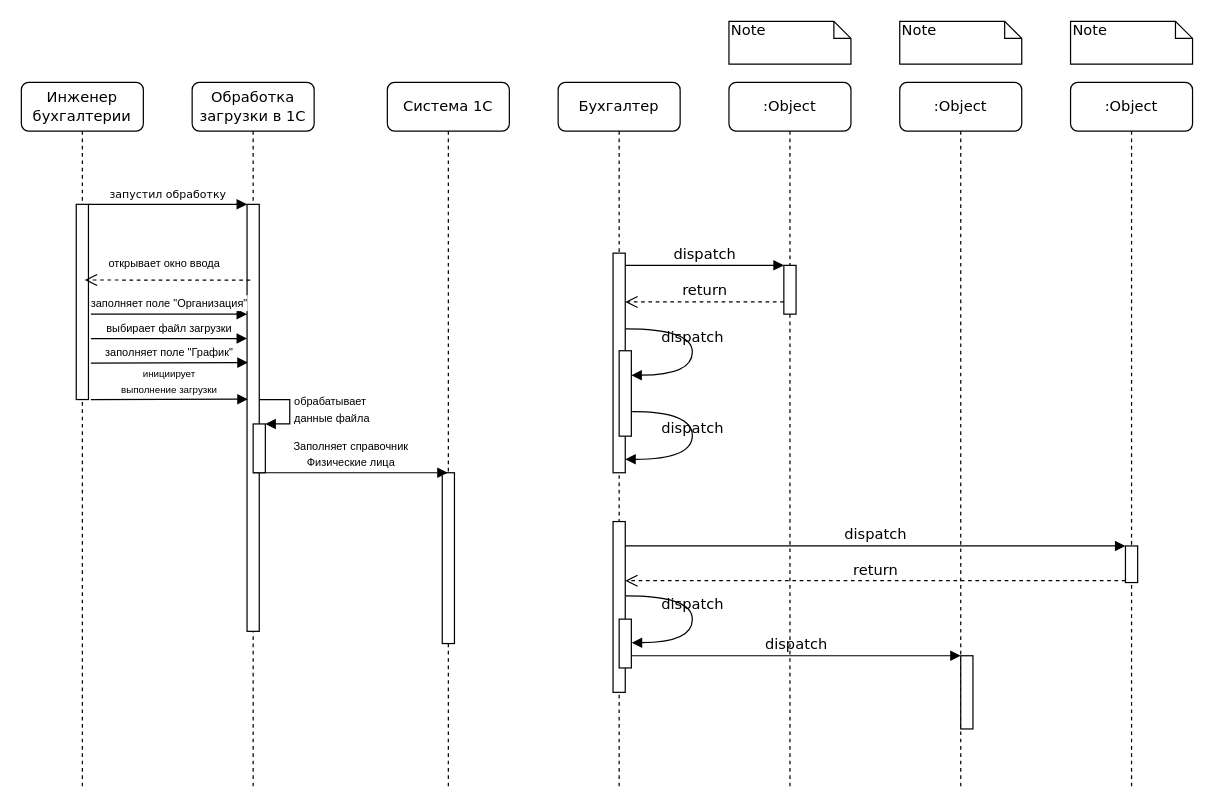
Before: ImportStdCrossFunction.drawio in timoorm/first, a draw.io diagram. Source tidied: cells renumbered, new cells numbered last; positions are measured from the earlier drawing's top-left corner, leaving out a move shared by most shapes. Both pictures are drawn from the tidied source at 122%, with x=0, y=0 at pixel (21, 21).
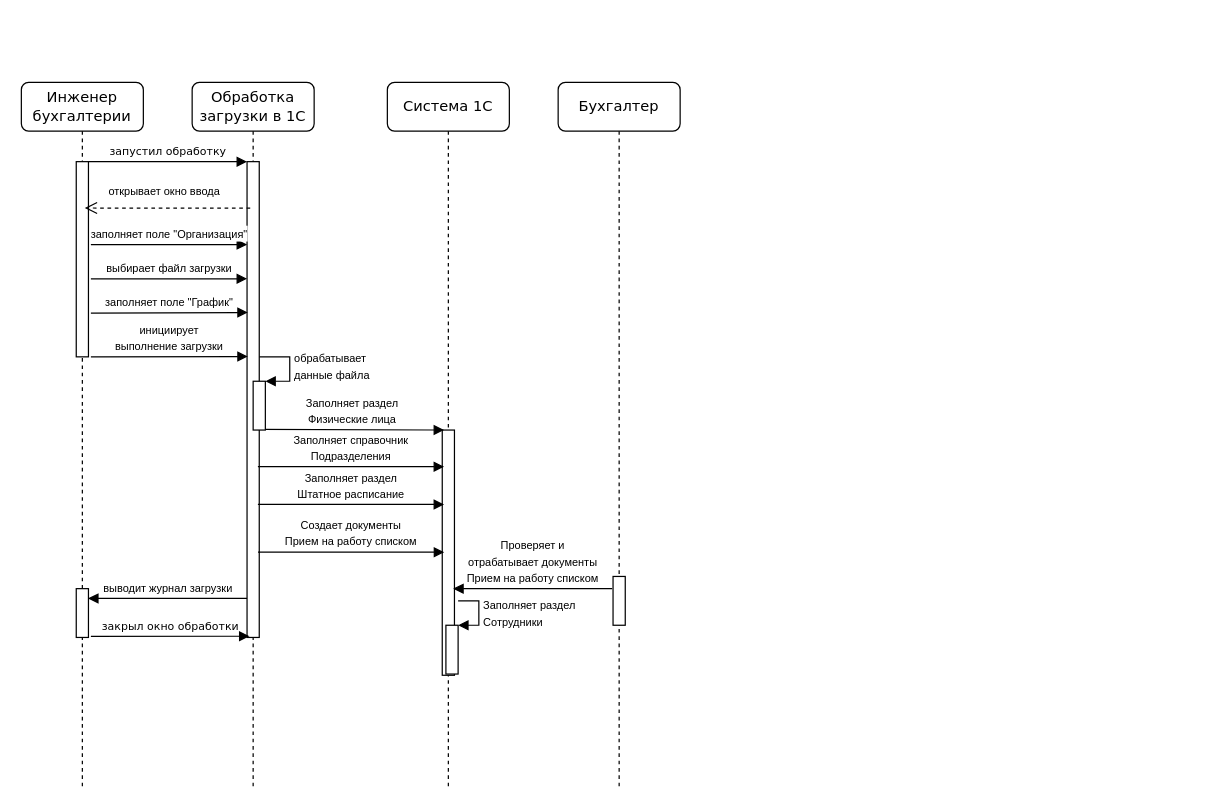
The same page after the edit.

The change refers to these unchanged cells:
```xml
<mxCell id="2" value="Обработка загрузки в 1С" style="shape=umlLifeline;perimeter=lifelinePerimeter;whiteSpace=wrap;html=1;rounded=1;shadow=0;comic=0;labelBackgroundColor=none;strokeWidth=1;fontFamily=Verdana;fontSize=12;align=center;" parent="1" vertex="1">
  <mxGeometry x="140" y="50" width="100" height="580" as="geometry" />
</mxCell>
<mxCell id="4" value="Система 1С" style="shape=umlLifeline;perimeter=lifelinePerimeter;whiteSpace=wrap;html=1;outlineConnect=0;rounded=1;shadow=0;comic=0;labelBackgroundColor=none;strokeWidth=1;fontFamily=Verdana;fontSize=12;align=center;" parent="1" vertex="1">
  <mxGeometry x="300" y="50" width="100" height="580" as="geometry" />
</mxCell>
<mxCell id="6" value="Бухгалтер" style="shape=umlLifeline;perimeter=lifelinePerimeter;whiteSpace=wrap;html=1;rounded=1;shadow=0;comic=0;labelBackgroundColor=none;strokeWidth=1;fontFamily=Verdana;fontSize=12;align=center;" parent="1" vertex="1">
  <mxGeometry x="440" y="50" width="100" height="580" as="geometry" />
</mxCell>
<mxCell id="10" value="Инженер бухгалтерии" style="shape=umlLifeline;perimeter=lifelinePerimeter;whiteSpace=wrap;html=1;rounded=1;shadow=0;comic=0;labelBackgroundColor=none;strokeWidth=1;fontFamily=Verdana;fontSize=12;align=center;" parent="1" vertex="1">
  <mxGeometry y="50" width="100" height="580" as="geometry" />
</mxCell>
```

What changed in the source:
```diff
@@
     <mxCell id="3" style="html=1;points=[];perimeter=orthogonalPerimeter;" parent="2" vertex="1">
-      <mxGeometry x="45" y="100" width="10" height="350" as="geometry" />
+      <mxGeometry x="45" y="65" width="10" height="390" as="geometry" />
     </mxCell>
@@
     <mxCell id="5" style="html=1;perimeter=orthogonalPerimeter;rounded=0;shadow=0;comic=0;labelBackgroundColor=none;strokeWidth=1;fontFamily=Verdana;fontSize=12;align=center;" parent="4" vertex="1">
-      <mxGeometry x="45" y="320" width="10" height="140" as="geometry" />
+      <mxGeometry x="45" y="285" width="10" height="201" as="geometry" />
     </mxCell>
+    <mxCell id="39" style="html=1;perimeter=orthogonalPerimeter;" parent="4" vertex="1">
+      <mxGeometry x="48" y="445" width="10" height="40" as="geometry" />
+    </mxCell>
+    <mxCell id="40" value="&lt;div&gt;&lt;font style=&quot;font-size: 9px&quot;&gt;Заполняет раздел &lt;br&gt;&lt;/font&gt;&lt;/div&gt;&lt;div&gt;&lt;font style=&quot;font-size: 9px&quot;&gt;Сотрудники&lt;br&gt;&lt;/font&gt;&lt;/div&gt;" style="edgeStyle=orthogonalEdgeStyle;html=1;align=left;spacingLeft=2;endArrow=block;rounded=0;entryX=1;entryY=0;" parent="4" edge="1">
+      <mxGeometry relative="1" as="geometry">
+        <mxPoint x="58" y="425" as="sourcePoint" />
+        <mxPoint x="58" y="445" as="targetPoint" />
+        <Array as="points">
+          <mxPoint x="75" y="425" />
+        </Array>
+      </mxGeometry>
+    </mxCell>
@@
-    <mxCell id="7" value=":Object" style="shape=umlLifeline;perimeter=lifelinePerimeter;whiteSpace=wrap;html=1;rounded=1;shadow=0;comic=0;labelBackgroundColor=none;strokeWidth=1;fontFamily=Verdana;fontSize=12;align=center;" parent="1" vertex="1">
-      <mxGeometry x="580" y="50" width="100" height="580" as="geometry" />
-    </mxCell>
-    <mxCell id="8" value=":Object" style="shape=umlLifeline;perimeter=lifelinePerimeter;whiteSpace=wrap;html=1;rounded=1;shadow=0;comic=0;labelBackgroundColor=none;strokeWidth=1;fontFamily=Verdana;fontSize=12;align=center;" parent="1" vertex="1">
-      <mxGeometry x="720" y="50" width="100" height="580" as="geometry" />
-    </mxCell>
-    <mxCell id="9" value=":Object" style="shape=umlLifeline;perimeter=lifelinePerimeter;whiteSpace=wrap;html=1;rounded=1;shadow=0;comic=0;labelBackgroundColor=none;strokeWidth=1;fontFamily=Verdana;fontSize=12;align=center;" parent="1" vertex="1">
-      <mxGeometry x="860" y="50" width="100" height="580" as="geometry" />
-    </mxCell>
+    <mxCell id="13" style="html=1;points=[];perimeter=orthogonalPerimeter;rounded=0;shadow=0;comic=0;labelBackgroundColor=none;strokeWidth=1;fontFamily=Verdana;fontSize=12;align=center;" parent="6" vertex="1">
+      <mxGeometry x="45" y="405" width="10" height="40" as="geometry" />
+    </mxCell>
@@
     <mxCell id="11" style="html=1;points=[];perimeter=orthogonalPerimeter;rounded=0;shadow=0;comic=0;labelBackgroundColor=none;strokeWidth=1;fontFamily=Verdana;fontSize=12;align=center;" parent="10" vertex="1">
-      <mxGeometry x="45" y="100" width="10" height="160" as="geometry" />
+      <mxGeometry x="45" y="65" width="10" height="160" as="geometry" />
     </mxCell>
-    <mxCell id="12" style="html=1;points=[];perimeter=orthogonalPerimeter;rounded=0;shadow=0;comic=0;labelBackgroundColor=none;strokeWidth=1;fontFamily=Verdana;fontSize=12;align=center;" parent="1" vertex="1">
-      <mxGeometry x="485" y="190" width="10" height="180" as="geometry" />
-    </mxCell>
-    <mxCell id="13" style="html=1;points=[];perimeter=orthogonalPerimeter;rounded=0;shadow=0;comic=0;labelBackgroundColor=none;strokeWidth=1;fontFamily=Verdana;fontSize=12;align=center;" parent="1" vertex="1">
-      <mxGeometry x="625" y="200" width="10" height="40" as="geometry" />
-    </mxCell>
-    <mxCell id="14" value="dispatch" style="html=1;verticalAlign=bottom;endArrow=block;entryX=0;entryY=0;labelBackgroundColor=none;fontFamily=Verdana;fontSize=12;edgeStyle=elbowEdgeStyle;elbow=vertical;" parent="1" edge="1" source="12" target="13">
-      <mxGeometry relative="1" as="geometry" />
-    </mxCell>
-    <mxCell id="15" value="return" style="html=1;verticalAlign=bottom;endArrow=open;dashed=1;endSize=8;labelBackgroundColor=none;fontFamily=Verdana;fontSize=12;edgeStyle=elbowEdgeStyle;elbow=vertical;" parent="1" edge="1" source="13" target="12">
-      <mxGeometry relative="1" as="geometry">
-        <Array as="points">
-          <mxPoint x="570" y="230" />
-          <mxPoint x="600" y="230" />
-        </Array>
-      </mxGeometry>
-    </mxCell>
-    <mxCell id="16" style="html=1;points=[];perimeter=orthogonalPerimeter;rounded=0;shadow=0;comic=0;labelBackgroundColor=none;strokeWidth=1;fontFamily=Verdana;fontSize=12;align=center;" parent="1" vertex="1">
-      <mxGeometry x="485" y="410" width="10" height="140" as="geometry" />
-    </mxCell>
-    <mxCell id="17" style="html=1;points=[];perimeter=orthogonalPerimeter;rounded=0;shadow=0;comic=0;labelBackgroundColor=none;strokeColor=#000000;strokeWidth=1;fillColor=#FFFFFF;fontFamily=Verdana;fontSize=12;fontColor=#000000;align=center;" parent="1" vertex="1">
-      <mxGeometry x="905" y="430" width="10" height="30" as="geometry" />
-    </mxCell>
-    <mxCell id="18" value="dispatch" style="html=1;verticalAlign=bottom;endArrow=block;entryX=0;entryY=0;labelBackgroundColor=none;fontFamily=Verdana;fontSize=12;" parent="1" edge="1" source="16" target="17">
-      <mxGeometry relative="1" as="geometry" />
-    </mxCell>
-    <mxCell id="19" value="return" style="html=1;verticalAlign=bottom;endArrow=open;dashed=1;endSize=8;exitX=0;exitY=0.95;labelBackgroundColor=none;fontFamily=Verdana;fontSize=12;" parent="1" edge="1" source="17" target="16">
-      <mxGeometry relative="1" as="geometry" />
-    </mxCell>
-    <mxCell id="20" style="html=1;points=[];perimeter=orthogonalPerimeter;rounded=0;shadow=0;comic=0;labelBackgroundColor=none;strokeWidth=1;fontFamily=Verdana;fontSize=12;align=center;" parent="1" vertex="1">
-      <mxGeometry x="770" y="520" width="10" height="60" as="geometry" />
+    <mxCell id="20" style="html=1;points=[];perimeter=orthogonalPerimeter;rounded=0;shadow=0;comic=0;labelBackgroundColor=none;strokeWidth=1;fontFamily=Verdana;fontSize=12;align=center;" parent="10" vertex="1">
+      <mxGeometry x="45" y="415" width="10" height="40" as="geometry" />
     </mxCell>
-    <mxCell id="21" value="dispatch" style="html=1;verticalAlign=bottom;endArrow=block;entryX=0;entryY=0;labelBackgroundColor=none;fontFamily=Verdana;fontSize=12;edgeStyle=elbowEdgeStyle;elbow=vertical;" parent="1" edge="1" source="26" target="20">
-      <mxGeometry relative="1" as="geometry" />
-    </mxCell>
     <mxCell id="22" value="&lt;font style=&quot;font-size: 9px&quot;&gt;запустил обработку&lt;/font&gt;" style="html=1;verticalAlign=bottom;endArrow=block;entryX=0;entryY=0;labelBackgroundColor=none;fontFamily=Verdana;fontSize=12;edgeStyle=elbowEdgeStyle;elbow=vertical;" parent="1" edge="1" source="11">
       <mxGeometry relative="1" as="geometry">
-        <mxPoint x="185" y="150" as="targetPoint" />
+        <mxPoint x="185" y="115" as="targetPoint" />
       </mxGeometry>
     </mxCell>
-    <mxCell id="23" style="html=1;points=[];perimeter=orthogonalPerimeter;rounded=0;shadow=0;comic=0;labelBackgroundColor=none;strokeWidth=1;fontFamily=Verdana;fontSize=12;align=center;" parent="1" vertex="1">
-      <mxGeometry x="490" y="270" width="10" height="70" as="geometry" />
-    </mxCell>
-    <mxCell id="24" value="dispatch" style="html=1;verticalAlign=bottom;endArrow=block;labelBackgroundColor=none;fontFamily=Verdana;fontSize=12;elbow=vertical;edgeStyle=orthogonalEdgeStyle;curved=1;entryX=1;entryY=0.286;entryPerimeter=0;exitX=1.038;exitY=0.345;exitPerimeter=0;" parent="1" edge="1" source="12" target="23">
-      <mxGeometry relative="1" as="geometry">
-        <Array as="points">
-          <mxPoint x="550" y="252" />
-          <mxPoint x="550" y="290" />
-        </Array>
-      </mxGeometry>
-    </mxCell>
-    <mxCell id="25" value="dispatch" style="html=1;verticalAlign=bottom;endArrow=block;labelBackgroundColor=none;fontFamily=Verdana;fontSize=12;elbow=vertical;edgeStyle=orthogonalEdgeStyle;curved=1;exitX=1.066;exitY=0.713;exitPerimeter=0;" parent="1" edge="1" source="23">
-      <mxGeometry relative="1" as="geometry">
-        <mxPoint x="495" y="359" as="targetPoint" />
-        <Array as="points">
-          <mxPoint x="550" y="320" />
-          <mxPoint x="550" y="359" />
-        </Array>
-      </mxGeometry>
-    </mxCell>
-    <mxCell id="26" style="html=1;points=[];perimeter=orthogonalPerimeter;rounded=0;shadow=0;comic=0;labelBackgroundColor=none;strokeWidth=1;fontFamily=Verdana;fontSize=12;align=center;" parent="1" vertex="1">
-      <mxGeometry x="490" y="490" width="10" height="40" as="geometry" />
-    </mxCell>
-    <mxCell id="27" value="dispatch" style="html=1;verticalAlign=bottom;endArrow=block;labelBackgroundColor=none;fontFamily=Verdana;fontSize=12;elbow=vertical;edgeStyle=orthogonalEdgeStyle;curved=1;entryX=1;entryY=0.286;entryPerimeter=0;exitX=1.038;exitY=0.345;exitPerimeter=0;" parent="1" edge="1">
-      <mxGeometry relative="1" as="geometry">
-        <mxPoint x="495.3" y="471" as="sourcePoint" />
-        <mxPoint x="500.3" y="509.3" as="targetPoint" />
-        <Array as="points">
-          <mxPoint x="550" y="471" />
-          <mxPoint x="550" y="509" />
-        </Array>
-      </mxGeometry>
-    </mxCell>
-    <mxCell id="28" value="Note" style="shape=note;whiteSpace=wrap;html=1;size=14;verticalAlign=top;align=left;spacingTop=-6;rounded=0;shadow=0;comic=0;labelBackgroundColor=none;strokeWidth=1;fontFamily=Verdana;fontSize=12;" parent="1" vertex="1">
-      <mxGeometry x="580" width="100" height="35" as="geometry" />
-    </mxCell>
-    <mxCell id="29" value="Note" style="shape=note;whiteSpace=wrap;html=1;size=14;verticalAlign=top;align=left;spacingTop=-6;rounded=0;shadow=0;comic=0;labelBackgroundColor=none;strokeWidth=1;fontFamily=Verdana;fontSize=12;" parent="1" vertex="1">
-      <mxGeometry x="720" width="100" height="35" as="geometry" />
-    </mxCell>
-    <mxCell id="30" value="Note" style="shape=note;whiteSpace=wrap;html=1;size=14;verticalAlign=top;align=left;spacingTop=-6;rounded=0;shadow=0;comic=0;labelBackgroundColor=none;strokeWidth=1;fontFamily=Verdana;fontSize=12;" parent="1" vertex="1">
-      <mxGeometry x="860" width="100" height="35" as="geometry" />
-    </mxCell>
     <mxCell id="31" value="&lt;font style=&quot;font-size: 9px&quot;&gt;открывает окно ввода&lt;/font&gt;" style="html=1;verticalAlign=bottom;endArrow=open;dashed=1;endSize=8;exitX=0.057;exitY=0.327;exitDx=0;exitDy=0;exitPerimeter=0;" parent="1" edge="1">
       <mxGeometry x="0.04" y="-5" relative="1" as="geometry">
-        <mxPoint x="187.6" y="212.1" as="sourcePoint" />
-        <mxPoint x="52" y="212" as="targetPoint" />
+        <mxPoint x="187.6" y="153.1" as="sourcePoint" />
+        <mxPoint x="52" y="153" as="targetPoint" />
       </mxGeometry>
     </mxCell>
-    <mxCell id="32" value="&lt;font style=&quot;font-size: 9px&quot;&gt;выбирает файл загрузки&lt;/font&gt;" style="html=1;verticalAlign=bottom;endArrow=block;" parent="1" edge="1" target="3">
+    <mxCell id="32" value="&lt;font style=&quot;font-size: 9px&quot;&gt;выбирает файл загрузки&lt;/font&gt;" style="html=1;verticalAlign=bottom;endArrow=block;" parent="1" edge="1">
       <mxGeometry relative="1" as="geometry">
-        <mxPoint x="57" y="260" as="sourcePoint" />
+        <mxPoint x="57" y="211" as="sourcePoint" />
+        <mxPoint x="185" y="211" as="targetPoint" />
       </mxGeometry>
     </mxCell>
     <mxCell id="33" value="&lt;font style=&quot;font-size: 9px&quot;&gt;заполняет поле &quot;График&quot;&lt;/font&gt;" style="html=1;verticalAlign=bottom;endArrow=block;entryX=0.057;entryY=0.783;entryDx=0;entryDy=0;entryPerimeter=0;" parent="1" edge="1">
       <mxGeometry relative="1" as="geometry">
-        <mxPoint x="57" y="280.1" as="sourcePoint" />
-        <mxPoint x="185.6" y="279.7" as="targetPoint" />
+        <mxPoint x="57" y="239.1" as="sourcePoint" />
+        <mxPoint x="185.6" y="238.7" as="targetPoint" />
       </mxGeometry>
     </mxCell>
     <mxCell id="34" value="&lt;font style=&quot;font-size: 9px&quot;&gt;заполняет поле &quot;Организация&quot;&lt;br&gt;&lt;/font&gt;" style="html=1;verticalAlign=bottom;endArrow=block;" parent="1" edge="1">
       <mxGeometry relative="1" as="geometry">
-        <mxPoint x="57" y="240" as="sourcePoint" />
-        <mxPoint x="185" y="240" as="targetPoint" />
+        <mxPoint x="57" y="183" as="sourcePoint" />
+        <mxPoint x="185" y="183" as="targetPoint" />
       </mxGeometry>
     </mxCell>
-    <mxCell id="35" value="&lt;div&gt;&lt;font style=&quot;font-size: 8px&quot;&gt;инициирует &lt;br&gt;&lt;/font&gt;&lt;/div&gt;&lt;div&gt;&lt;font style=&quot;font-size: 8px&quot;&gt;выполнение загрузки&lt;/font&gt;&lt;/div&gt;" style="html=1;verticalAlign=bottom;endArrow=block;entryX=0.057;entryY=0.783;entryDx=0;entryDy=0;entryPerimeter=0;" parent="1" edge="1">
+    <mxCell id="35" value="&lt;div&gt;&lt;font style=&quot;font-size: 9px&quot;&gt;инициирует &lt;br&gt;&lt;/font&gt;&lt;/div&gt;&lt;div&gt;&lt;font style=&quot;font-size: 9px&quot;&gt;выполнение загрузки&lt;/font&gt;&lt;/div&gt;" style="html=1;verticalAlign=bottom;endArrow=block;entryX=0.057;entryY=0.783;entryDx=0;entryDy=0;entryPerimeter=0;" parent="1" edge="1">
       <mxGeometry relative="1" as="geometry">
-        <mxPoint x="57" y="310.1" as="sourcePoint" />
-        <mxPoint x="185.6" y="309.7" as="targetPoint" />
+        <mxPoint x="57" y="275.1" as="sourcePoint" />
+        <mxPoint x="185.6" y="274.7" as="targetPoint" />
       </mxGeometry>
     </mxCell>
-    <mxCell id="36" value="&lt;div&gt;&lt;font style=&quot;font-size: 9px&quot;&gt;Заполняет справочник &lt;br&gt;&lt;/font&gt;&lt;/div&gt;&lt;div&gt;&lt;font style=&quot;font-size: 9px&quot;&gt;Физические лица&lt;/font&gt;&lt;/div&gt;" style="html=1;verticalAlign=bottom;endArrow=block;" parent="1" edge="1" target="4">
+    <mxCell id="36" value="&lt;div&gt;&lt;font style=&quot;font-size: 9px&quot;&gt;Заполняет раздел &lt;br&gt;&lt;/font&gt;&lt;/div&gt;&lt;div&gt;&lt;font style=&quot;font-size: 9px&quot;&gt;Физические лица&lt;/font&gt;&lt;/div&gt;" style="html=1;verticalAlign=bottom;endArrow=block;exitX=0.481;exitY=0.988;exitDx=0;exitDy=0;exitPerimeter=0;" parent="1" edge="1" source="37">
       <mxGeometry relative="1" as="geometry">
-        <mxPoint x="190" y="370" as="sourcePoint" />
+        <mxPoint x="346.5" y="335" as="targetPoint" />
       </mxGeometry>
     </mxCell>
     <mxCell id="37" style="html=1;points=[];perimeter=orthogonalPerimeter;" parent="1" vertex="1">
-      <mxGeometry x="190" y="330" width="10" height="40" as="geometry" />
+      <mxGeometry x="190" y="295" width="10" height="40" as="geometry" />
     </mxCell>
     <mxCell id="38" value="&lt;div&gt;&lt;font style=&quot;font-size: 9px&quot;&gt;обрабатывает &lt;br&gt;&lt;/font&gt;&lt;/div&gt;&lt;div&gt;&lt;font style=&quot;font-size: 9px&quot;&gt;данные файла&lt;/font&gt;&lt;/div&gt;" style="edgeStyle=orthogonalEdgeStyle;html=1;align=left;spacingLeft=2;endArrow=block;rounded=0;entryX=1;entryY=0;" parent="1" edge="1" target="37">
       <mxGeometry relative="1" as="geometry">
-        <mxPoint x="195" y="310" as="sourcePoint" />
+        <mxPoint x="195" y="275" as="sourcePoint" />
         <Array as="points">
-          <mxPoint x="220" y="310" />
+          <mxPoint x="220" y="275" />
         </Array>
       </mxGeometry>
     </mxCell>
+    <mxCell id="41" value="&lt;div&gt;&lt;font style=&quot;font-size: 9px&quot;&gt;Заполняет справочник &lt;br&gt;&lt;/font&gt;&lt;/div&gt;&lt;div&gt;&lt;font style=&quot;font-size: 9px&quot;&gt;Подразделения&lt;/font&gt;&lt;/div&gt;" style="html=1;verticalAlign=bottom;endArrow=block;exitX=0.886;exitY=0.714;exitDx=0;exitDy=0;exitPerimeter=0;" parent="1" edge="1">
+      <mxGeometry relative="1" as="geometry">
+        <mxPoint x="193.9" y="364.9" as="sourcePoint" />
+        <mxPoint x="346.5" y="365" as="targetPoint" />
+      </mxGeometry>
+    </mxCell>
+    <mxCell id="42" value="&lt;div&gt;&lt;font style=&quot;font-size: 9px&quot;&gt;Заполняет раздел &lt;br&gt;&lt;/font&gt;&lt;/div&gt;&lt;div&gt;&lt;font style=&quot;font-size: 9px&quot;&gt;Штатное расписание&lt;br&gt;&lt;/font&gt;&lt;/div&gt;" style="html=1;verticalAlign=bottom;endArrow=block;exitX=0.886;exitY=0.8;exitDx=0;exitDy=0;exitPerimeter=0;" parent="1" edge="1">
+      <mxGeometry relative="1" as="geometry">
+        <mxPoint x="193.9" y="396" as="sourcePoint" />
+        <mxPoint x="346.5" y="396" as="targetPoint" />
+      </mxGeometry>
+    </mxCell>
+    <mxCell id="43" value="&lt;div&gt;&lt;font style=&quot;font-size: 9px&quot;&gt;Создает документы&lt;/font&gt;&lt;/div&gt;&lt;div&gt;&lt;font style=&quot;font-size: 9px&quot;&gt;Прием на работу списком&lt;/font&gt;&lt;br&gt;&lt;/div&gt;" style="html=1;verticalAlign=bottom;endArrow=block;exitX=0.886;exitY=0.971;exitDx=0;exitDy=0;exitPerimeter=0;" parent="1" edge="1">
+      <mxGeometry relative="1" as="geometry">
+        <mxPoint x="194" y="435" as="sourcePoint" />
+        <mxPoint x="346.6" y="435.1" as="targetPoint" />
+      </mxGeometry>
+    </mxCell>
+    <mxCell id="44" value="&lt;font style=&quot;font-size: 9px&quot;&gt;выводит журнал загрузки&lt;/font&gt;" style="html=1;verticalAlign=bottom;endArrow=block;" parent="1" edge="1">
+      <mxGeometry relative="1" as="geometry">
+        <mxPoint x="185" y="473" as="sourcePoint" />
+        <mxPoint x="54.7" y="473" as="targetPoint" />
+      </mxGeometry>
+    </mxCell>
+    <mxCell id="45" value="&lt;font style=&quot;font-size: 9px&quot;&gt;закрыл окно обработки&lt;/font&gt;" style="html=1;verticalAlign=bottom;endArrow=block;entryX=0;entryY=0;labelBackgroundColor=none;fontFamily=Verdana;fontSize=12;edgeStyle=elbowEdgeStyle;elbow=vertical;" parent="1" edge="1">
+      <mxGeometry relative="1" as="geometry">
+        <mxPoint x="57" y="504.2" as="sourcePoint" />
+        <mxPoint x="187" y="504" as="targetPoint" />
+      </mxGeometry>
+    </mxCell>
+    <mxCell id="46" value="&lt;div&gt;&lt;font style=&quot;font-size: 9px&quot;&gt;Проверяет и &lt;br&gt;&lt;/font&gt;&lt;/div&gt;&lt;div&gt;&lt;font style=&quot;font-size: 9px&quot;&gt;отрабатывает документы &lt;br&gt;&lt;/font&gt;&lt;/div&gt;&lt;div&gt;&lt;font style=&quot;font-size: 9px&quot;&gt;Прием на работу списком&lt;/font&gt;&lt;/div&gt;" style="html=1;verticalAlign=bottom;endArrow=block;" parent="1" edge="1">
+      <mxGeometry relative="1" as="geometry">
+        <mxPoint x="484.3" y="465" as="sourcePoint" />
+        <mxPoint x="354" y="465" as="targetPoint" />
+      </mxGeometry>
+    </mxCell>
```
